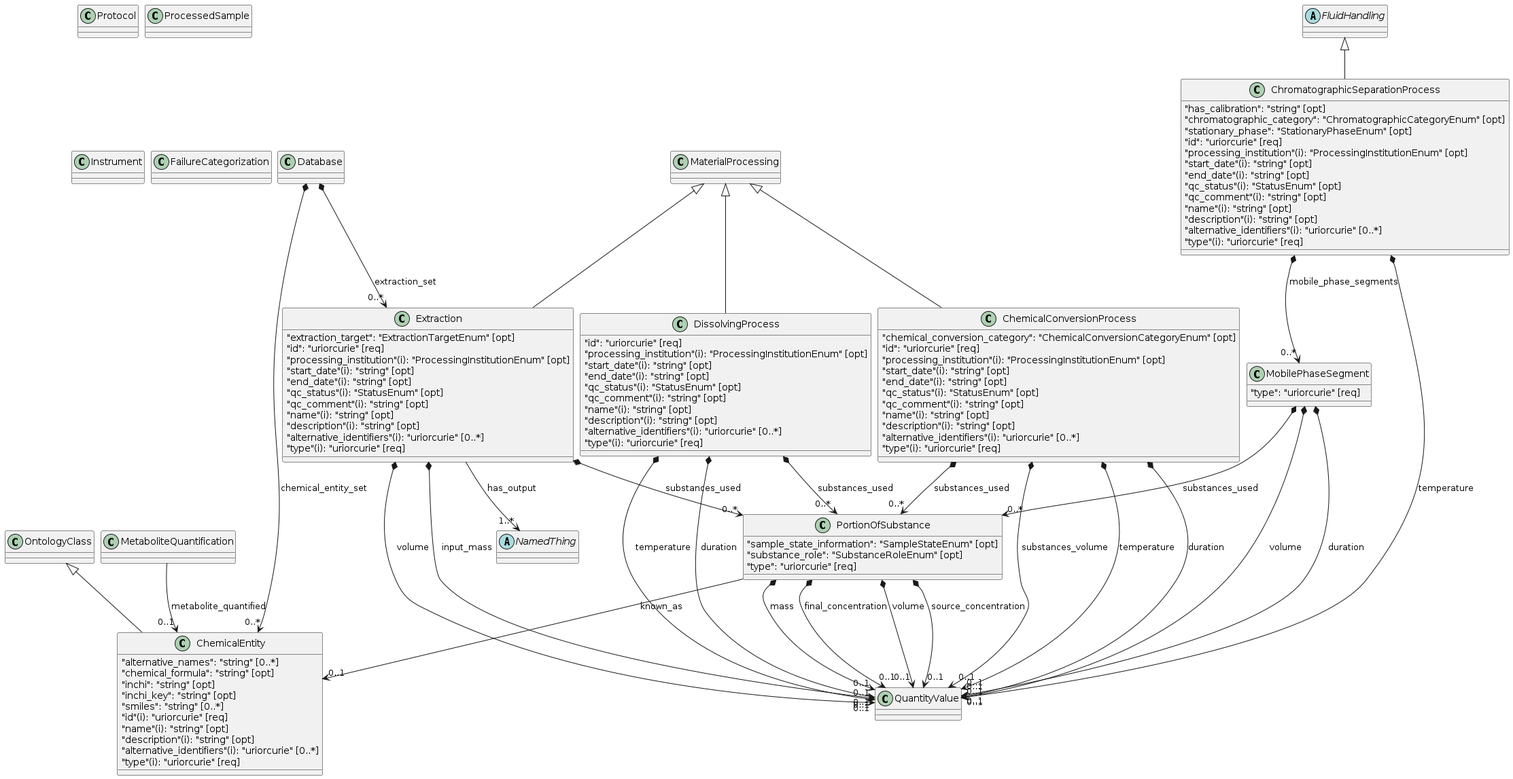
Earlier version of the PlantUML export assets/plantuml.png (microbiomedata/nmdc-schema).
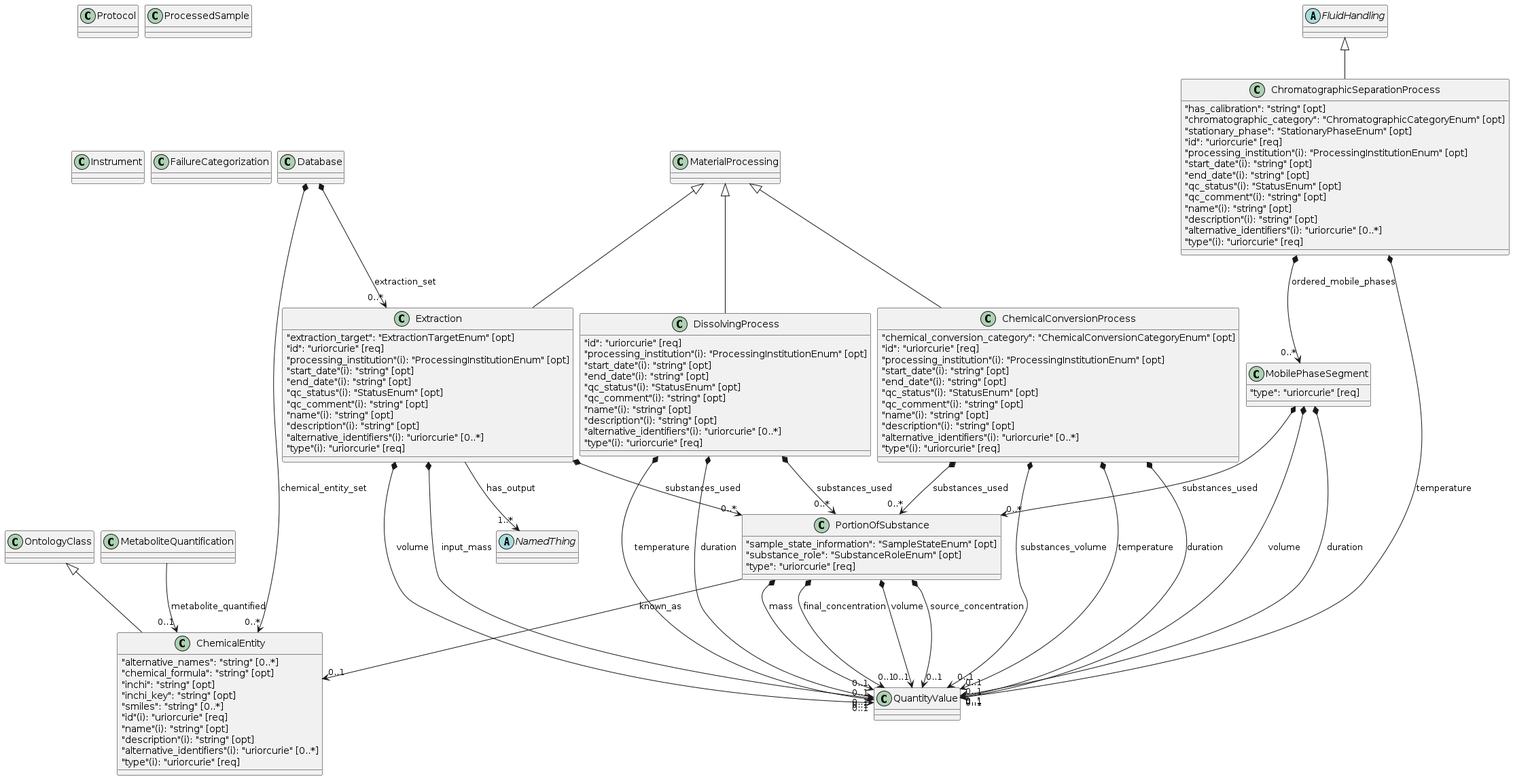
After the change.

What changed in the source:
```diff
@@ -89,7 +89,7 @@
 }
 "MobilePhaseSegment" *--> "0..1" "QuantityValue" : "volume"
 "MobilePhaseSegment" *--> "0..1" "QuantityValue" : "duration"
-"ChromatographicSeparationProcess" *--> "0..*" "MobilePhaseSegment" : "mobile_phase_segments"
+"ChromatographicSeparationProcess" *--> "0..*" "MobilePhaseSegment" : "ordered_mobile_phases"
 class "MetaboliteQuantification"
 class "MaterialProcessing"
 class "Instrument"
```
